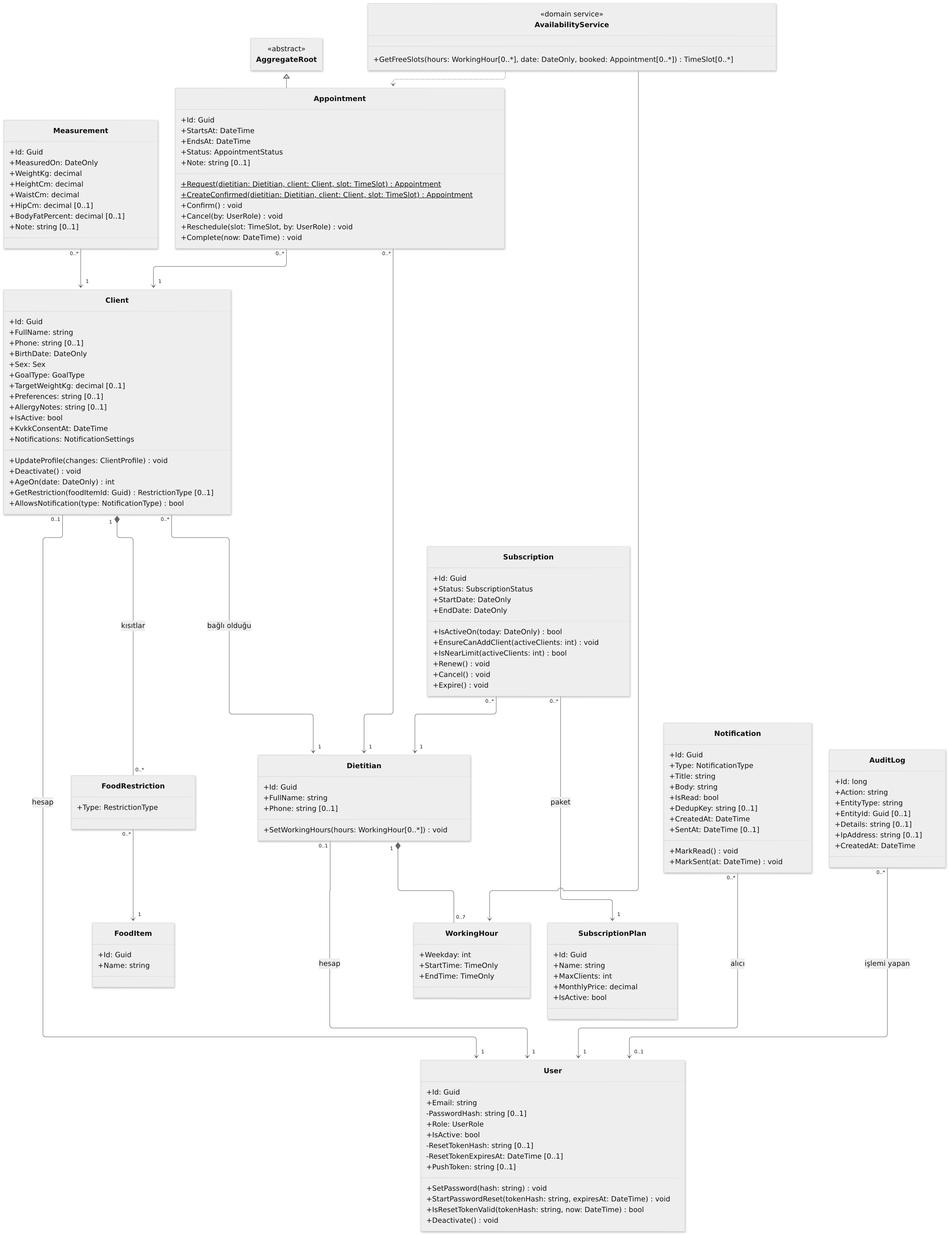
Above: docs/uml/png/cd-1-kimlik-danisan-randevu.png in Emmet47/diyetisyen-danisan-takip-sistemi (Mermaid), before the change. Its source is kept beside it as docs/uml/cd-1-kimlik-danisan-randevu.mmd. Source of this version:
```mermaid
classDiagram
direction TB
class User {
  +Id: Guid
  +Email: string
  -PasswordHash: string [0..1]
  +Role: UserRole
  +IsActive: bool
  -ResetTokenHash: string [0..1]
  -ResetTokenExpiresAt: DateTime [0..1]
  +PushToken: string [0..1]
  +SetPassword(hash: string) void
  +StartPasswordReset(tokenHash: string, expiresAt: DateTime) void
  +IsResetTokenValid(tokenHash: string, now: DateTime) bool
  +Deactivate() void
}
class Dietitian {
  +Id: Guid
  +FullName: string
  +Phone: string [0..1]
  +SetWorkingHours(hours: WorkingHour[0..#42;]) void
}
class WorkingHour {
  +Weekday: int
  +StartTime: TimeOnly
  +EndTime: TimeOnly
}
class Client {
  +Id: Guid
  +FullName: string
  +Phone: string [0..1]
  +BirthDate: DateOnly
  +Sex: Sex
  +GoalType: GoalType
  +TargetWeightKg: decimal [0..1]
  +Preferences: string [0..1]
  +AllergyNotes: string [0..1]
  +IsActive: bool
  +KvkkConsentAt: DateTime
  +Notifications: NotificationSettings
  +UpdateProfile(changes: ClientProfile) void
  +Deactivate() void
  +AgeOn(date: DateOnly) int
  +GetRestriction(foodItemId: Guid) RestrictionType [0..1]
  +AllowsNotification(type: NotificationType) bool
}
class FoodRestriction {
  +Type: RestrictionType
}
class FoodItem {
  +Id: Guid
  +Name: string
}
class Measurement {
  +Id: Guid
  +MeasuredOn: DateOnly
  +WeightKg: decimal
  +HeightCm: decimal
  +WaistCm: decimal
  +HipCm: decimal [0..1]
  +BodyFatPercent: decimal [0..1]
  +Note: string [0..1]
}
class AggregateRoot {
  <<abstract>>
}
class Appointment {
  +Id: Guid
  +StartsAt: DateTime
  +EndsAt: DateTime
  +Status: AppointmentStatus
  +Note: string [0..1]
  +Request(dietitian: Dietitian, client: Client, slot: TimeSlot)$ Appointment
  +CreateConfirmed(dietitian: Dietitian, client: Client, slot: TimeSlot)$ Appointment
  +Confirm() void
  +Cancel(by: UserRole) void
  +Reschedule(slot: TimeSlot, by: UserRole) void
  +Complete(now: DateTime) void
}
class AvailabilityService {
  <<domain service>>
  +GetFreeSlots(hours: WorkingHour[0..#42;], date: DateOnly, booked: Appointment[0..#42;]) TimeSlot[0..#42;]
}
class SubscriptionPlan {
  +Id: Guid
  +Name: string
  +MaxClients: int
  +MonthlyPrice: decimal
  +IsActive: bool
}
class Subscription {
  +Id: Guid
  +Status: SubscriptionStatus
  +StartDate: DateOnly
  +EndDate: DateOnly
  +IsActiveOn(today: DateOnly) bool
  +EnsureCanAddClient(activeClients: int) void
  +IsNearLimit(activeClients: int) bool
  +Renew() void
  +Cancel() void
  +Expire() void
}
class Notification {
  +Id: Guid
  +Type: NotificationType
  +Title: string
  +Body: string
  +IsRead: bool
  +DedupKey: string [0..1]
  +CreatedAt: DateTime
  +SentAt: DateTime [0..1]
  +MarkRead() void
  +MarkSent(at: DateTime) void
}
class AuditLog {
  +Id: long
  +Action: string
  +EntityType: string
  +EntityId: Guid [0..1]
  +Details: string [0..1]
  +IpAddress: string [0..1]
  +CreatedAt: DateTime
}
Dietitian "0..1" --> "1" User : hesap
Client "0..1" --> "1" User : hesap
Dietitian "1" *-- "0..7" WorkingHour
Client "0..*" --> "1" Dietitian : bağlı olduğu
Client "1" *-- "0..*" FoodRestriction : kısıtlar
FoodRestriction "0..*" --> "1" FoodItem
Measurement "0..*" --> "1" Client
AggregateRoot <|-- Appointment
Appointment "0..*" --> "1" Dietitian
Appointment "0..*" --> "1" Client
AvailabilityService ..> WorkingHour
AvailabilityService ..> Appointment
Subscription "0..*" --> "1" Dietitian
Subscription "0..*" --> "1" SubscriptionPlan : paket
Notification "0..*" --> "1" User : alıcı
AuditLog "0..*" --> "0..1" User : işlemi yapan
```
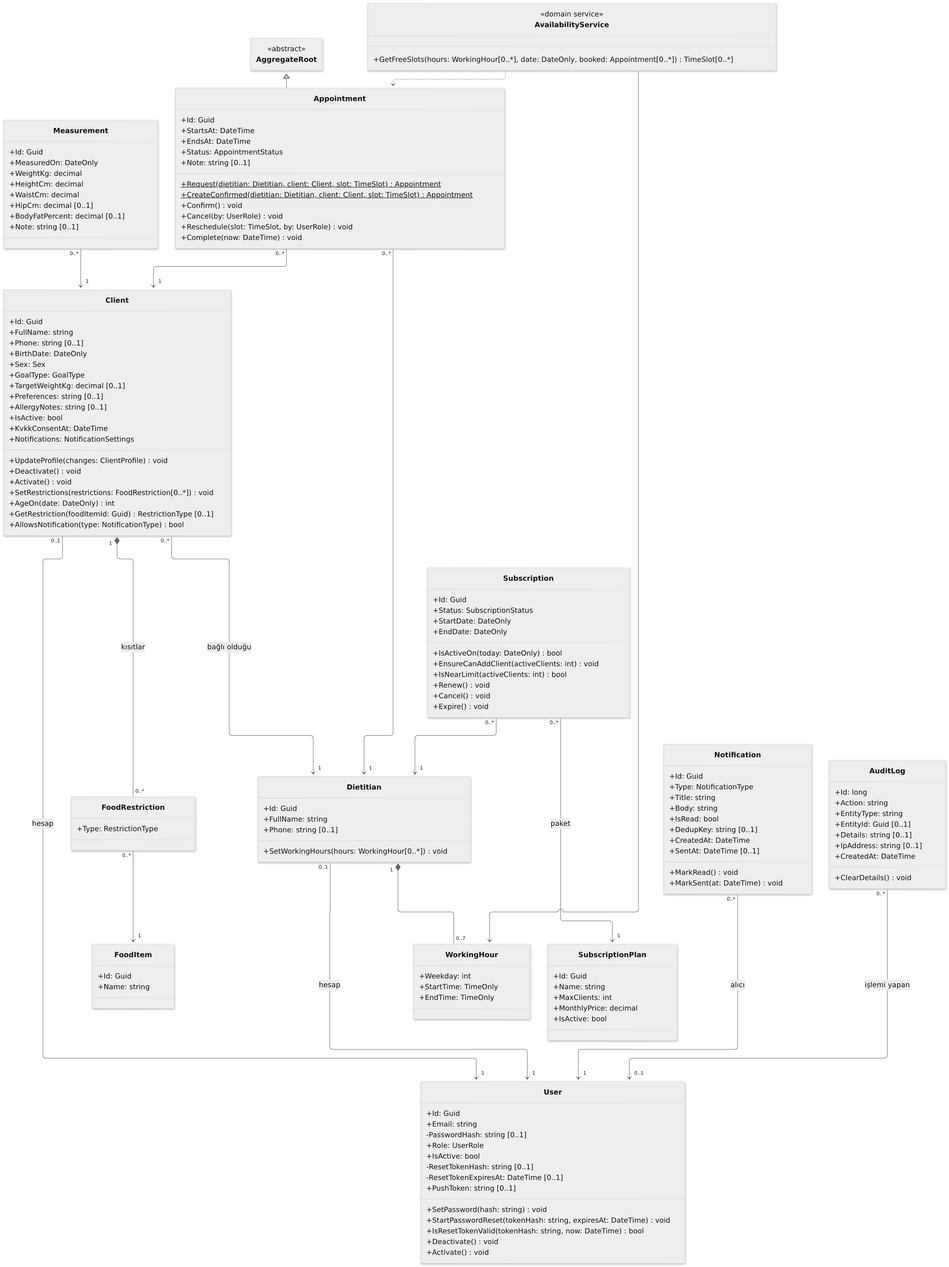
After the commit.

What changed in the source:
```diff
@@ -13,6 +13,7 @@
   +StartPasswordReset(tokenHash: string, expiresAt: DateTime) void
   +IsResetTokenValid(tokenHash: string, now: DateTime) bool
   +Deactivate() void
+  +Activate() void
 }
 class Dietitian {
   +Id: Guid
@@ -40,6 +41,8 @@
   +Notifications: NotificationSettings
   +UpdateProfile(changes: ClientProfile) void
   +Deactivate() void
+  +Activate() void
+  +SetRestrictions(restrictions: FoodRestriction[0..#42;]) void
   +AgeOn(date: DateOnly) int
   +GetRestriction(foodItemId: Guid) RestrictionType [0..1]
   +AllowsNotification(type: NotificationType) bool
@@ -120,6 +123,7 @@
   +Details: string [0..1]
   +IpAddress: string [0..1]
   +CreatedAt: DateTime
+  +ClearDetails() void
 }
 Dietitian "0..1" --> "1" User : hesap
 Client "0..1" --> "1" User : hesap
```
